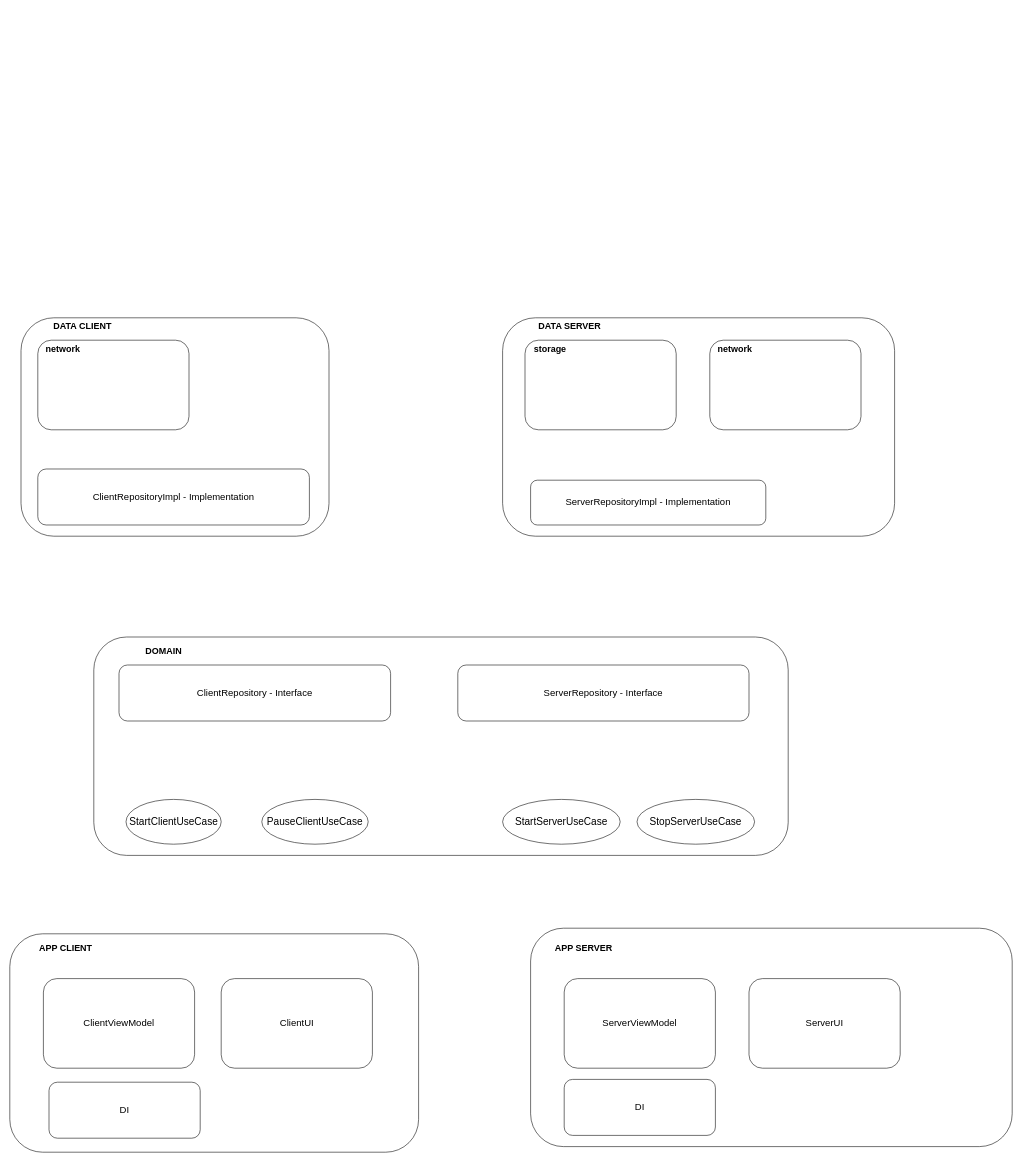
borsalinho/NTI_test keeps this draw.io diagram as architecture.drawio. Above is the earlier version. Source tidied: cells renumbered, new cells numbered last; positions are measured from the earlier drawing's top-left corner, leaving out a move shared by most shapes. Both pictures are drawn from the tidied source at 56%, with x=0, y=0 at pixel (10, 318).
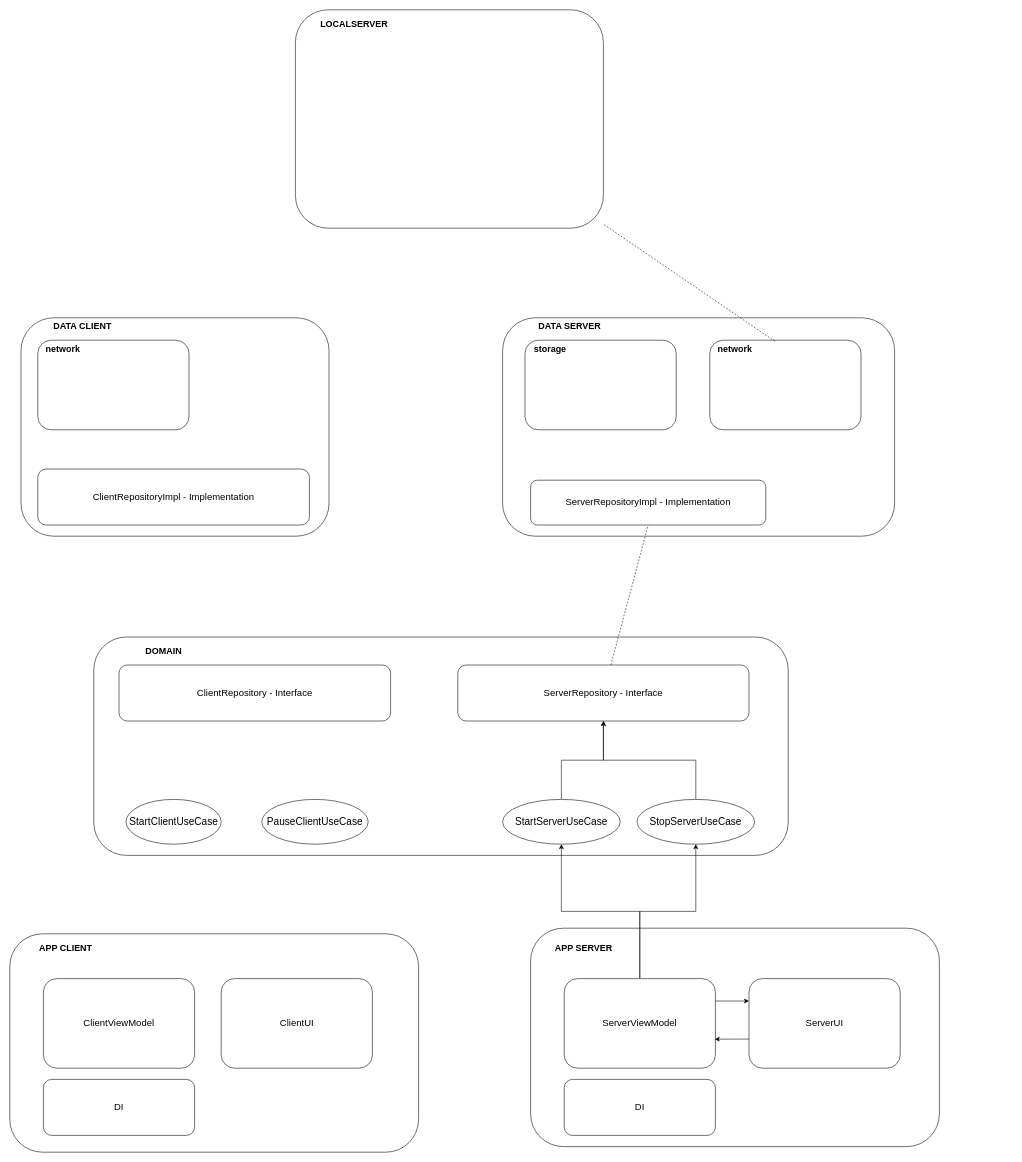
The same page after the edit.

The change refers to these unchanged cells:
```xml
<mxCell id="14" style="rounded=1;whiteSpace=wrap;html=1;" parent="1" vertex="1">
  <mxGeometry x="1250" y="40" width="270" height="160" as="geometry" />
</mxCell>
<mxCell id="19" value="&lt;font style=&quot;font-size: 17px;&quot;&gt;ServerRepository - Interface&lt;/font&gt;" style="rounded=1;whiteSpace=wrap;html=1;" parent="1" vertex="1">
  <mxGeometry x="800" y="620" width="520" height="100" as="geometry" />
</mxCell>
<mxCell id="20" value="&lt;font style=&quot;font-size: 17px;&quot;&gt;ServerRepositoryImpl - Implementation&lt;/font&gt;" style="rounded=1;whiteSpace=wrap;html=1;" parent="1" vertex="1">
  <mxGeometry x="930" y="290" width="420" height="80" as="geometry" />
</mxCell>
<mxCell id="24" value="&lt;font style=&quot;font-size: 17px;&quot;&gt;ServerViewModel&lt;/font&gt;" style="rounded=1;whiteSpace=wrap;html=1;" parent="1" vertex="1">
  <mxGeometry x="990" y="1180" width="270" height="160" as="geometry" />
</mxCell>
<mxCell id="25" value="&lt;font style=&quot;font-size: 17px;&quot;&gt;ServerUI&lt;/font&gt;" style="rounded=1;whiteSpace=wrap;html=1;" parent="1" vertex="1">
  <mxGeometry x="1320" y="1180" width="270" height="160" as="geometry" />
</mxCell>
<mxCell id="28" value="&lt;font style=&quot;font-size: 18px;&quot;&gt;StartServerUseCase&lt;/font&gt;" style="ellipse;whiteSpace=wrap;html=1;" parent="1" vertex="1">
  <mxGeometry x="880" y="860" width="210" height="80" as="geometry" />
</mxCell>
<mxCell id="29" value="&lt;font style=&quot;font-size: 18px;&quot;&gt;StopServerUseCase&lt;/font&gt;" style="ellipse;whiteSpace=wrap;html=1;" parent="1" vertex="1">
  <mxGeometry x="1120" y="860" width="210" height="80" as="geometry" />
</mxCell>
```

Diff of the diagram source:
```diff
@@
     <mxCell id="8" style="rounded=1;whiteSpace=wrap;html=1;" parent="1" vertex="1">
-      <mxGeometry x="930" y="1090" width="860" height="390" as="geometry" />
+      <mxGeometry x="930" y="1090" width="730" height="390" as="geometry" />
     </mxCell>
@@
+    <mxCell id="32" style="edgeStyle=orthogonalEdgeStyle;rounded=0;jettySize=auto;html=1;" parent="1" edge="1" source="24" target="28">
+      <mxGeometry relative="1" as="geometry" />
+    </mxCell>
+    <mxCell id="33" style="edgeStyle=orthogonalEdgeStyle;rounded=0;jettySize=auto;html=1;" parent="1" edge="1" source="24" target="29">
+      <mxGeometry relative="1" as="geometry" />
+    </mxCell>
+    <mxCell id="34" style="edgeStyle=orthogonalEdgeStyle;rounded=0;jettySize=auto;html=1;entryX=0;entryY=0.25;entryDx=0;entryDy=0;" parent="1" edge="1" source="24" target="25">
+      <mxGeometry relative="1" as="geometry">
+        <Array as="points">
+          <mxPoint x="1280" y="1220" />
+          <mxPoint x="1280" y="1220" />
+        </Array>
+      </mxGeometry>
+    </mxCell>
@@
+    <mxCell id="35" style="edgeStyle=orthogonalEdgeStyle;rounded=0;jettySize=auto;html=1;" parent="1" edge="1" source="28" target="19">
+      <mxGeometry relative="1" as="geometry" />
+    </mxCell>
@@
+    <mxCell id="36" style="edgeStyle=orthogonalEdgeStyle;rounded=0;jettySize=auto;html=1;" parent="1" edge="1" source="29" target="19">
+      <mxGeometry relative="1" as="geometry" />
+    </mxCell>
@@
     <mxCell id="30" value="&lt;span style=&quot;font-size: 17px;&quot;&gt;DI&lt;/span&gt;" style="rounded=1;whiteSpace=wrap;html=1;" parent="1" vertex="1">
-      <mxGeometry x="70" y="1365" width="270" height="100" as="geometry" />
+      <mxGeometry x="60" y="1360" width="270" height="100" as="geometry" />
     </mxCell>
@@
+    <mxCell id="37" style="rounded=1;whiteSpace=wrap;html=1;" parent="1" vertex="1">
+      <mxGeometry x="510" y="-550" width="550" height="390" as="geometry" />
+    </mxCell>
+    <mxCell id="38" value="&lt;b&gt;&lt;font style=&quot;font-size: 16px;&quot;&gt;LOCALSERVER&lt;/font&gt;&lt;/b&gt;" style="text;html=1;align=center;verticalAlign=middle;whiteSpace=wrap;rounded=0;" parent="1" vertex="1">
+      <mxGeometry x="535" y="-540" width="160" height="30" as="geometry" />
+    </mxCell>
+    <mxCell id="39" style="endArrow=none;dashed=1;html=1;rounded=0;entryX=0.5;entryY=1;entryDx=0;entryDy=0;" parent="1" edge="1" source="19" target="20">
+      <mxGeometry relative="1" as="geometry" />
+    </mxCell>
+    <mxCell id="40" style="endArrow=none;dashed=1;html=1;rounded=0;exitX=0.43;exitY=0.012;exitDx=0;exitDy=0;exitPerimeter=0;" parent="1" edge="1" source="14" target="37">
+      <mxGeometry relative="1" as="geometry" />
+    </mxCell>
+    <mxCell id="41" style="edgeStyle=orthogonalEdgeStyle;rounded=0;jettySize=auto;html=1;entryX=0.996;entryY=0.676;entryDx=0;entryDy=0;entryPerimeter=0;" parent="1" edge="1" source="25" target="24">
+      <mxGeometry relative="1" as="geometry">
+        <Array as="points">
+          <mxPoint x="1310" y="1288" />
+          <mxPoint x="1310" y="1288" />
+        </Array>
+      </mxGeometry>
+    </mxCell>
```
